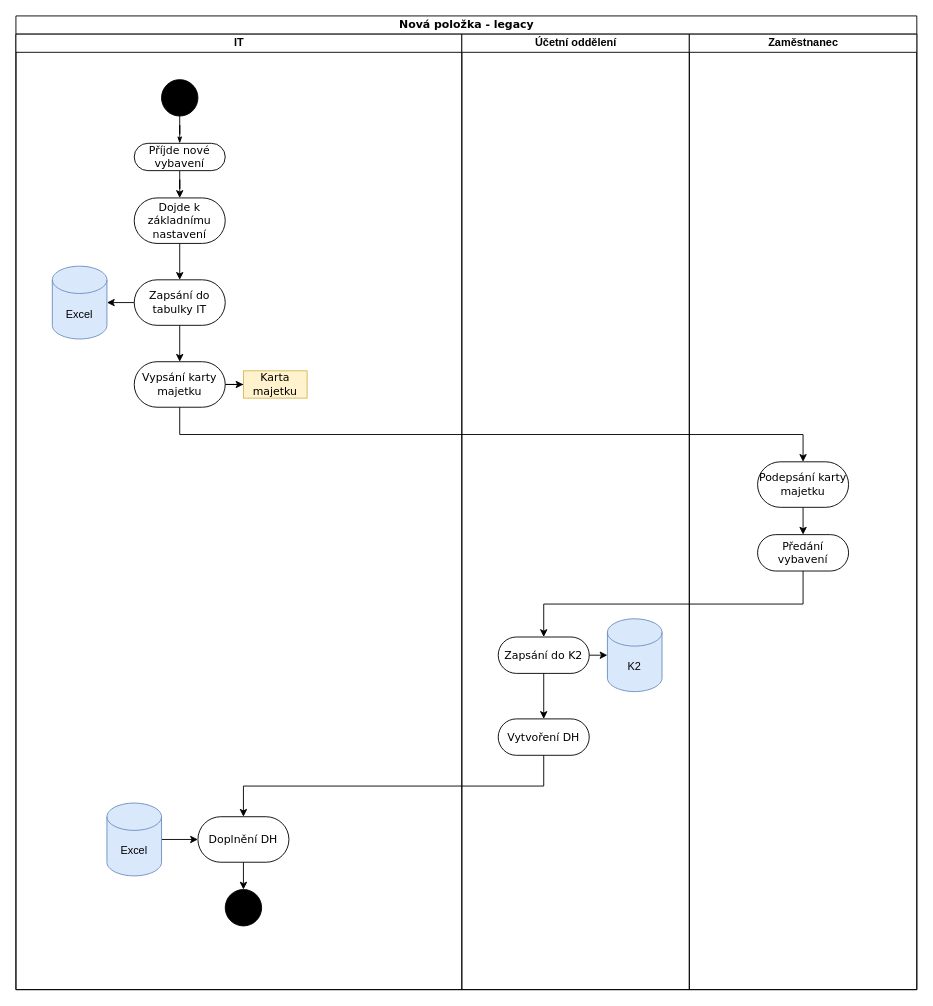
This is page "Nová položka - legacy" (3 of 14) of UML - Inventar.drawio from horeckyj/drawio, a draw.io file, before an edit. Source tidied: cells renumbered, new cells numbered last; positions are measured from the earlier drawing's top-left corner, leaving out a move shared by most shapes. Both pictures are drawn from the tidied source at 91%, with x=0, y=0 at pixel (15, 15).
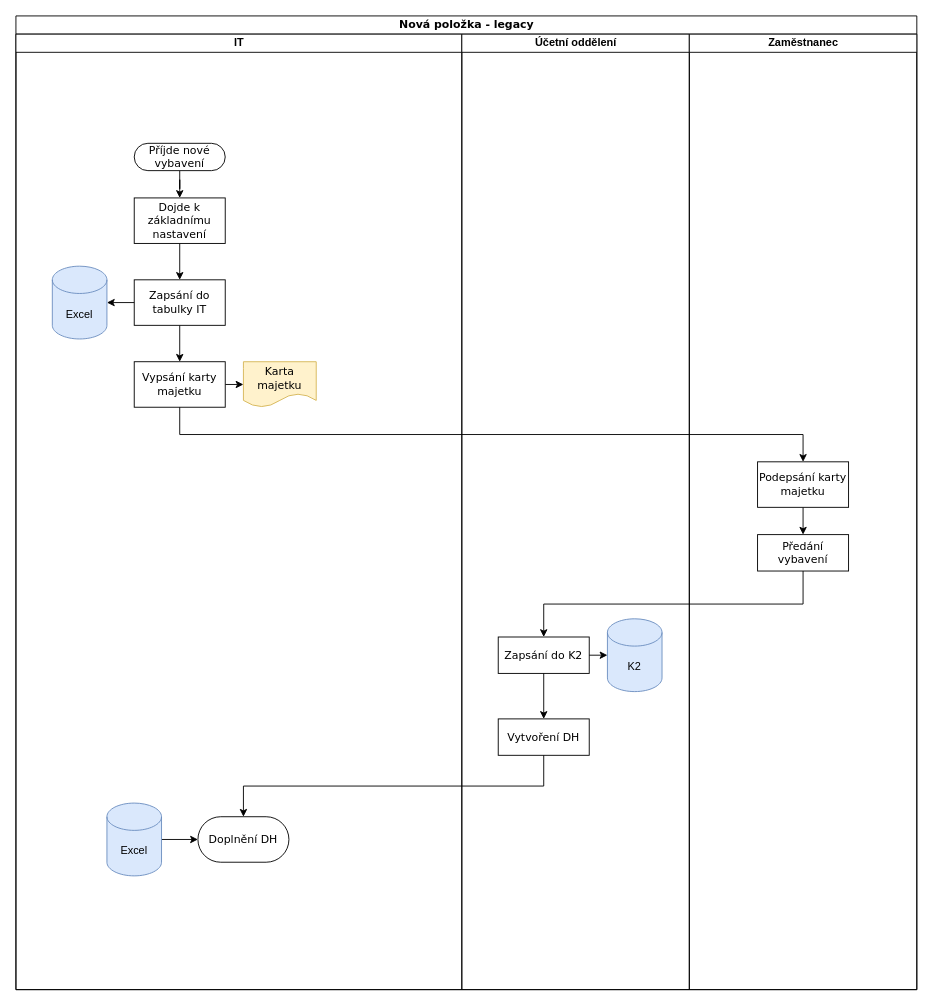
Above is the later version.

Unchanged cells that the change refers to:
```xml
<mxCell id="3" value="IT" style="swimlane;html=1;startSize=20;" parent="2" vertex="1">
  <mxGeometry y="20" width="490" height="1050" as="geometry" />
</mxCell>
<mxCell id="6" value="Příjde nové vybavení" style="rounded=1;whiteSpace=wrap;html=1;shadow=0;comic=0;labelBackgroundColor=none;strokeWidth=1;fontFamily=Verdana;fontSize=12;align=center;arcSize=50;" parent="3" vertex="1">
  <mxGeometry x="130" y="120" width="100" height="30" as="geometry" />
</mxCell>
<mxCell id="16" value="Doplnění DH" style="rounded=1;whiteSpace=wrap;html=1;shadow=0;comic=0;labelBackgroundColor=none;strokeWidth=1;fontFamily=Verdana;fontSize=12;align=center;arcSize=50;" parent="3" vertex="1">
  <mxGeometry x="200" y="860" width="100" height="50" as="geometry" />
</mxCell>
<mxCell id="22" value="Účetní oddělení" style="swimlane;html=1;startSize=20;" parent="2" vertex="1">
  <mxGeometry x="490" y="20" width="250" height="1050" as="geometry" />
</mxCell>
<mxCell id="28" value="Zaměstnanec" style="swimlane;html=1;startSize=20;" parent="2" vertex="1">
  <mxGeometry x="740" y="20" width="250" height="1050" as="geometry" />
</mxCell>
```

Change to the diagram source:
```diff
@@
-    <mxCell id="4" style="ellipse;whiteSpace=wrap;html=1;rounded=0;shadow=0;comic=0;labelBackgroundColor=none;strokeWidth=1;fillColor=#000000;fontFamily=Verdana;fontSize=12;align=center;" parent="3" vertex="1">
-      <mxGeometry x="160" y="50" width="40" height="40" as="geometry" />
-    </mxCell>
@@
-    <mxCell id="7" style="edgeStyle=orthogonalEdgeStyle;rounded=0;html=1;labelBackgroundColor=none;startArrow=none;startFill=0;startSize=5;endArrow=classicThin;endFill=1;endSize=5;jettySize=auto;strokeWidth=1;fontFamily=Verdana;fontSize=12;" parent="3" edge="1" source="4" target="6">
-      <mxGeometry relative="1" as="geometry" />
-    </mxCell>
@@
-    <mxCell id="9" value="Dojde k základnímu nastavení" style="rounded=1;whiteSpace=wrap;html=1;shadow=0;comic=0;labelBackgroundColor=none;strokeWidth=1;fontFamily=Verdana;fontSize=12;align=center;arcSize=50;" parent="3" vertex="1">
+    <mxCell id="9" value="Dojde k základnímu nastavení" style="rounded=0;whiteSpace=wrap;html=1;shadow=0;comic=0;labelBackgroundColor=none;strokeWidth=1;fontFamily=Verdana;fontSize=12;align=center;arcSize=50;" parent="3" vertex="1">
       <mxGeometry x="130" y="180" width="100" height="50" as="geometry" />
     </mxCell>
-    <mxCell id="10" style="edgeStyle=orthogonalEdgeStyle;rounded=0;jettySize=auto;html=1;entryX=0;entryY=0.5;entryDx=0;entryDy=0;" parent="3" edge="1" source="11" target="12">
-      <mxGeometry relative="1" as="geometry" />
+    <mxCell id="10" style="edgeStyle=orthogonalEdgeStyle;rounded=0;jettySize=auto;html=1;entryX=0;entryY=0.5;entryDx=0;entryDy=0;" parent="3" edge="1" source="11">
+      <mxGeometry relative="1" as="geometry">
+        <mxPoint x="250" y="385" as="targetPoint" />
+      </mxGeometry>
     </mxCell>
-    <mxCell id="11" value="Vypsání karty majetku" style="rounded=1;whiteSpace=wrap;html=1;shadow=0;comic=0;labelBackgroundColor=none;strokeWidth=1;fontFamily=Verdana;fontSize=12;align=center;arcSize=50;" parent="3" vertex="1">
+    <mxCell id="11" value="Vypsání karty majetku" style="rounded=0;whiteSpace=wrap;html=1;shadow=0;comic=0;labelBackgroundColor=none;strokeWidth=1;fontFamily=Verdana;fontSize=12;align=center;arcSize=50;" parent="3" vertex="1">
       <mxGeometry x="130" y="360" width="100" height="50" as="geometry" />
     </mxCell>
-    <mxCell id="12" value="Karta majetku" style="rounded=0;whiteSpace=wrap;html=1;shadow=0;comic=0;labelBackgroundColor=none;strokeWidth=1;fontFamily=Verdana;fontSize=12;align=center;arcSize=50;fillColor=#fff2cc;strokeColor=#d6b656;" parent="3" vertex="1">
-      <mxGeometry x="250" y="370" width="70" height="30" as="geometry" />
-    </mxCell>
@@
-    <mxCell id="14" value="Zapsání do tabulky IT" style="rounded=1;whiteSpace=wrap;html=1;shadow=0;comic=0;labelBackgroundColor=none;strokeWidth=1;fontFamily=Verdana;fontSize=12;align=center;arcSize=50;" parent="3" vertex="1">
+    <mxCell id="14" value="Zapsání do tabulky IT" style="rounded=0;whiteSpace=wrap;html=1;shadow=0;comic=0;labelBackgroundColor=none;strokeWidth=1;fontFamily=Verdana;fontSize=12;align=center;arcSize=50;" parent="3" vertex="1">
       <mxGeometry x="130" y="270" width="100" height="50" as="geometry" />
     </mxCell>
-    <mxCell id="15" style="edgeStyle=orthogonalEdgeStyle;rounded=0;jettySize=auto;html=1;exitX=0.5;exitY=1;exitDx=0;exitDy=0;entryX=0.5;entryY=0;entryDx=0;entryDy=0;" parent="3" edge="1" source="16" target="17">
-      <mxGeometry relative="1" as="geometry" />
-    </mxCell>
@@
-    <mxCell id="17" style="ellipse;whiteSpace=wrap;html=1;rounded=0;shadow=0;comic=0;labelBackgroundColor=none;strokeWidth=1;fillColor=#000000;fontFamily=Verdana;fontSize=12;align=center;" parent="3" vertex="1">
-      <mxGeometry x="230" y="940" width="40" height="40" as="geometry" />
-    </mxCell>
@@
+    <mxCell id="12" value="&lt;span style=&quot;font-family: Verdana;&quot;&gt;Karta majetku&lt;/span&gt;" style="shape=document;whiteSpace=wrap;html=1;boundedLbl=1;fillColor=#fff2cc;strokeColor=#d6b656;" parent="3" vertex="1">
+      <mxGeometry x="250" y="360" width="80" height="50" as="geometry" />
+    </mxCell>
@@
-    <mxCell id="23" value="Zapsání do K2" style="rounded=1;whiteSpace=wrap;html=1;shadow=0;comic=0;labelBackgroundColor=none;strokeWidth=1;fontFamily=Verdana;fontSize=12;align=center;arcSize=50;" parent="22" vertex="1">
+    <mxCell id="23" value="Zapsání do K2" style="rounded=0;whiteSpace=wrap;html=1;shadow=0;comic=0;labelBackgroundColor=none;strokeWidth=1;fontFamily=Verdana;fontSize=12;align=center;arcSize=50;" parent="22" vertex="1">
       <mxGeometry x="40" y="662.5" width="100" height="40" as="geometry" />
     </mxCell>
-    <mxCell id="24" value="Vytvoření DH" style="rounded=1;whiteSpace=wrap;html=1;shadow=0;comic=0;labelBackgroundColor=none;strokeWidth=1;fontFamily=Verdana;fontSize=12;align=center;arcSize=50;" parent="22" vertex="1">
+    <mxCell id="24" value="Vytvoření DH" style="rounded=0;whiteSpace=wrap;html=1;shadow=0;comic=0;labelBackgroundColor=none;strokeWidth=1;fontFamily=Verdana;fontSize=12;align=center;arcSize=50;" parent="22" vertex="1">
       <mxGeometry x="40" y="752.5" width="100" height="40" as="geometry" />
     </mxCell>
@@
-    <mxCell id="30" value="Podepsání karty majetku" style="rounded=1;whiteSpace=wrap;html=1;shadow=0;comic=0;labelBackgroundColor=none;strokeWidth=1;fontFamily=Verdana;fontSize=12;align=center;arcSize=50;" parent="28" vertex="1">
+    <mxCell id="30" value="Podepsání karty majetku" style="rounded=0;whiteSpace=wrap;html=1;shadow=0;comic=0;labelBackgroundColor=none;strokeWidth=1;fontFamily=Verdana;fontSize=12;align=center;arcSize=50;" parent="28" vertex="1">
       <mxGeometry x="75" y="470" width="100" height="50" as="geometry" />
     </mxCell>
-    <mxCell id="31" value="Předání vybavení" style="rounded=1;whiteSpace=wrap;html=1;shadow=0;comic=0;labelBackgroundColor=none;strokeWidth=1;fontFamily=Verdana;fontSize=12;align=center;arcSize=50;" parent="28" vertex="1">
+    <mxCell id="31" value="Předání vybavení" style="rounded=0;whiteSpace=wrap;html=1;shadow=0;comic=0;labelBackgroundColor=none;strokeWidth=1;fontFamily=Verdana;fontSize=12;align=center;arcSize=50;" parent="28" vertex="1">
       <mxGeometry x="75" y="550" width="100" height="40" as="geometry" />
     </mxCell>
```
